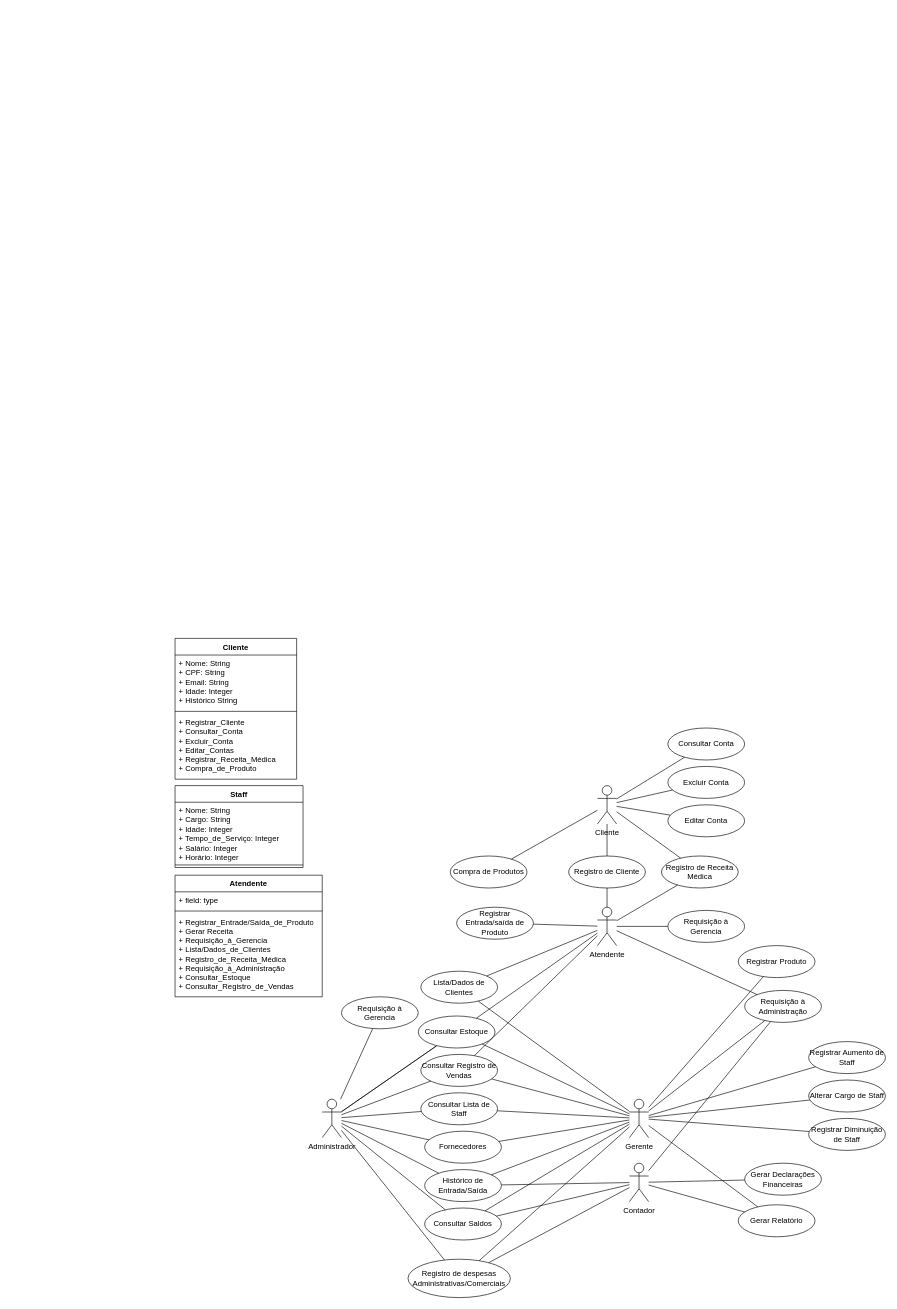
Earlier version of the draw.io diagram page "Página-3" (3 of 5) of Diagrama sem nome.drawio (ThiagodeSouza413/diagramasderequisitos). Source tidied: cells renumbered, new cells numbered last; positions are measured from the earlier drawing's top-left corner, leaving out a move shared by most shapes. Both pictures are drawn from the tidied source at 64%, with x=0, y=0 at pixel (175, 638).
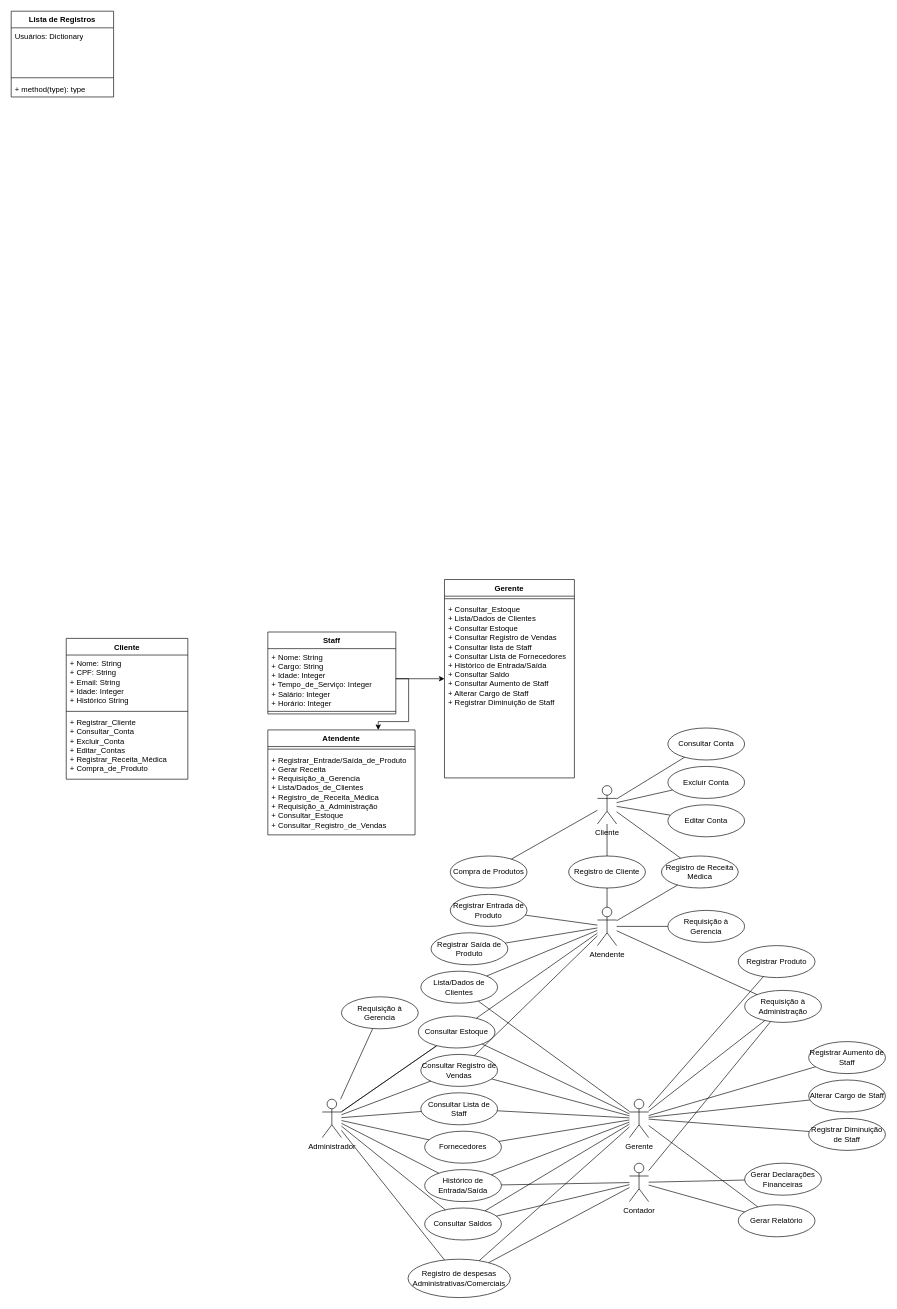
Above is the later version.

Unchanged cells that the change refers to:
```xml
<mxCell id="8" value="Atendente" style="shape=umlActor;verticalLabelPosition=bottom;verticalAlign=top;html=1;outlineConnect=0;" parent="1" vertex="1">
  <mxGeometry x="660" y="420" width="30" height="60" as="geometry" />
</mxCell>
<mxCell id="79" value="+ Nome: String&lt;div&gt;+ Cargo: String&lt;/div&gt;&lt;div&gt;+ Idade: Integer&lt;/div&gt;&lt;div&gt;+ Tempo_de_Serviço: Integer&lt;/div&gt;&lt;div&gt;+ Salário: Integer&lt;/div&gt;&lt;div&gt;+ Horário: Integer&lt;/div&gt;" style="text;strokeColor=none;fillColor=none;align=left;verticalAlign=top;spacingLeft=4;spacingRight=4;overflow=hidden;points=[[0,0.5],[1,0.5]];portConstraint=eastwest;whiteSpace=wrap;html=1;" parent="78" vertex="1">
  <mxGeometry y="26" width="200" height="94" as="geometry" />
</mxCell>
```

Change to the diagram source:
```diff
@@
     <mxCell id="56" value="Cliente" style="swimlane;fontStyle=1;align=center;verticalAlign=top;horizontal=1;startSize=26;whiteSpace=wrap;html=1;" parent="1" vertex="1">
-      <mxGeometry width="190" height="220" as="geometry" />
+      <mxGeometry x="-170" width="190" height="220" as="geometry" />
     </mxCell>
@@
-    <mxCell id="67" value="Registrar Entrada/saída de Produto" style="ellipse;whiteSpace=wrap;html=1;" parent="1" vertex="1">
-      <mxGeometry x="440" y="420" width="120" height="50" as="geometry" />
+    <mxCell id="67" value="Registrar Entrada de Produto" style="ellipse;whiteSpace=wrap;html=1;" parent="1" vertex="1">
+      <mxGeometry x="430" y="400" width="120" height="50" as="geometry" />
     </mxCell>
@@
     <mxCell id="78" value="Staff" style="swimlane;fontStyle=1;align=center;verticalAlign=top;horizontal=1;startSize=26;whiteSpace=wrap;html=1;" parent="1" vertex="1">
-      <mxGeometry y="230" width="200" height="128" as="geometry" />
+      <mxGeometry x="145" y="-10" width="200" height="128" as="geometry" />
     </mxCell>
@@
     <mxCell id="81" value="Atendente" style="swimlane;fontStyle=1;align=center;verticalAlign=top;horizontal=1;startSize=26;whiteSpace=wrap;html=1;" parent="1" vertex="1">
-      <mxGeometry y="370" width="230" height="190" as="geometry" />
+      <mxGeometry x="145" y="143" width="230" height="164" as="geometry" />
     </mxCell>
-    <mxCell id="82" value="+ field: type" style="text;strokeColor=none;fillColor=none;align=left;verticalAlign=top;spacingLeft=4;spacingRight=4;overflow=hidden;whiteSpace=wrap;html=1;" parent="81" vertex="1">
-      <mxGeometry y="26" width="230" height="26" as="geometry" />
-    </mxCell>
     <mxCell id="83" style="line;strokeWidth=1;fillColor=none;align=left;verticalAlign=middle;spacingTop=-1;spacingLeft=3;spacingRight=3;labelPosition=right;strokeColor=inherit;" parent="81" vertex="1">
-      <mxGeometry y="52" width="230" height="8" as="geometry" />
+      <mxGeometry y="26" width="230" height="8" as="geometry" />
     </mxCell>
     <mxCell id="84" value="+ Registrar_Entrade/Saída_de_Produto&lt;div&gt;+ Gerar Receita&lt;/div&gt;&lt;div&gt;+ Requisição_à_Gerencia&lt;/div&gt;&lt;div&gt;+ Lista/Dados_de_Clientes&lt;/div&gt;&lt;div&gt;+ Registro_de_Receita_Médica&lt;/div&gt;&lt;div&gt;+ Requisição_à_Administração&lt;/div&gt;&lt;div&gt;+ Consultar_Estoque&lt;/div&gt;&lt;div&gt;+ Consultar_Registro_de_Vendas&lt;/div&gt;" style="text;strokeColor=none;fillColor=none;align=left;verticalAlign=top;spacingLeft=4;spacingRight=4;overflow=hidden;whiteSpace=wrap;html=1;" parent="81" vertex="1">
-      <mxGeometry y="60" width="230" height="130" as="geometry" />
+      <mxGeometry y="34" width="230" height="130" as="geometry" />
     </mxCell>
+    <mxCell id="85" value="Registrar Saída de Produto" style="ellipse;whiteSpace=wrap;html=1;" parent="1" vertex="1">
+      <mxGeometry x="400" y="460" width="120" height="50" as="geometry" />
+    </mxCell>
+    <mxCell id="86" style="endArrow=none;html=1;rounded=0;" parent="1" edge="1" source="85" target="8">
+      <mxGeometry relative="1" as="geometry" />
+    </mxCell>
+    <mxCell id="87" style="edgeStyle=orthogonalEdgeStyle;rounded=0;jettySize=auto;html=1;entryX=0.75;entryY=0;entryDx=0;entryDy=0;" parent="1" edge="1" source="79" target="81">
+      <mxGeometry relative="1" as="geometry" />
+    </mxCell>
+    <mxCell id="88" value="Lista de Registros" style="swimlane;fontStyle=1;align=center;verticalAlign=top;horizontal=1;startSize=26;whiteSpace=wrap;html=1;" parent="1" vertex="1">
+      <mxGeometry x="-256" y="-980" width="160" height="134" as="geometry" />
+    </mxCell>
+    <mxCell id="89" value="Usuários: Dictionary&lt;div&gt;&lt;br&gt;&lt;/div&gt;" style="text;strokeColor=none;fillColor=none;align=left;verticalAlign=top;spacingLeft=4;spacingRight=4;overflow=hidden;whiteSpace=wrap;html=1;" parent="88" vertex="1">
+      <mxGeometry y="26" width="160" height="74" as="geometry" />
+    </mxCell>
+    <mxCell id="90" style="line;strokeWidth=1;fillColor=none;align=left;verticalAlign=middle;spacingTop=-1;spacingLeft=3;spacingRight=3;labelPosition=right;strokeColor=inherit;" parent="88" vertex="1">
+      <mxGeometry y="100" width="160" height="8" as="geometry" />
+    </mxCell>
+    <mxCell id="91" value="+ method(type): type" style="text;strokeColor=none;fillColor=none;align=left;verticalAlign=top;spacingLeft=4;spacingRight=4;overflow=hidden;whiteSpace=wrap;html=1;" parent="88" vertex="1">
+      <mxGeometry y="108" width="160" height="26" as="geometry" />
+    </mxCell>
+    <mxCell id="92" value="Gerente" style="swimlane;fontStyle=1;align=center;verticalAlign=top;horizontal=1;startSize=26;whiteSpace=wrap;html=1;" parent="1" vertex="1">
+      <mxGeometry x="421" y="-92" width="203" height="310" as="geometry" />
+    </mxCell>
+    <mxCell id="93" style="line;strokeWidth=1;fillColor=none;align=left;verticalAlign=middle;spacingTop=-1;spacingLeft=3;spacingRight=3;labelPosition=right;strokeColor=inherit;" parent="92" vertex="1">
+      <mxGeometry y="26" width="203" height="8" as="geometry" />
+    </mxCell>
+    <mxCell id="94" value="+ Consultar_Estoque&lt;div&gt;+ Lista/Dados de Clientes&lt;/div&gt;&lt;div&gt;+ Consultar Estoque&lt;/div&gt;&lt;div&gt;+ Consultar Registro de Vendas&lt;/div&gt;&lt;div&gt;+ Consultar lista de Staff&lt;/div&gt;&lt;div&gt;+ Consultar Lista de Fornecedores&lt;/div&gt;&lt;div&gt;+ Histórico de Entrada/Saída&lt;/div&gt;&lt;div&gt;+ Consultar Saldo&lt;/div&gt;&lt;div&gt;+ Consultar Aumento de Staff&lt;/div&gt;&lt;div&gt;+ Alterar Cargo de Staff&lt;/div&gt;&lt;div&gt;+ Registrar Diminuição de Staff&lt;/div&gt;&lt;div&gt;&lt;br&gt;&lt;/div&gt;" style="text;strokeColor=none;fillColor=none;align=left;verticalAlign=top;spacingLeft=4;spacingRight=4;overflow=hidden;whiteSpace=wrap;html=1;" parent="92" vertex="1">
+      <mxGeometry y="34" width="203" height="276" as="geometry" />
+    </mxCell>
+    <mxCell id="95" style="edgeStyle=orthogonalEdgeStyle;rounded=0;jettySize=auto;html=1;entryX=0;entryY=0.5;entryDx=0;entryDy=0;" parent="1" edge="1" source="79" target="92">
+      <mxGeometry relative="1" as="geometry" />
+    </mxCell>
```
